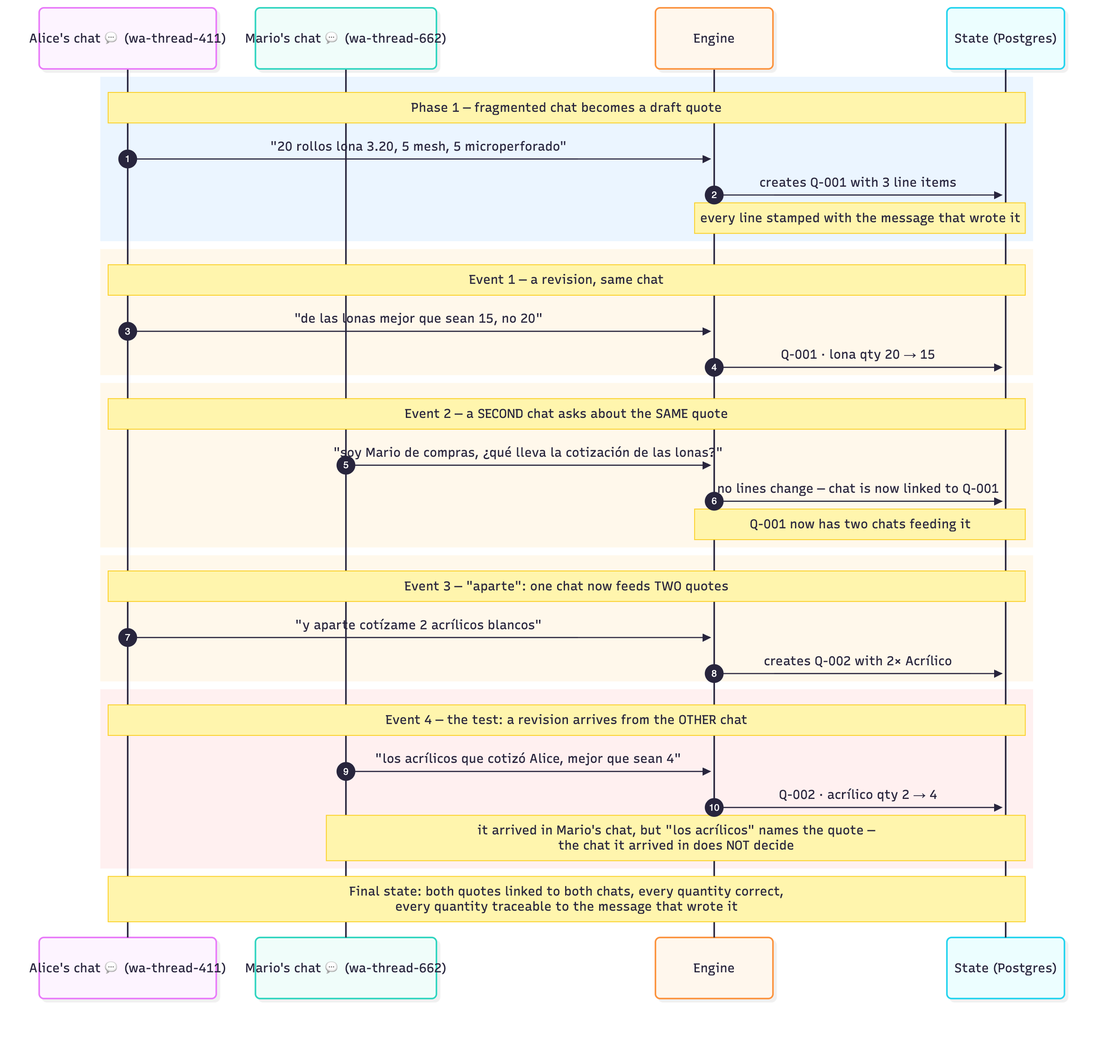
Before: docs/diagrams/01-scenario-events.png, a diagram exported from Mermaid (Selopez24/axial-quote-engine). Its source is kept beside it as docs/diagrams/src/01-scenario-events.mmd. Its diagram source:
```mermaid
sequenceDiagram
    autonumber
    participant A as Alice's chat 💬 (wa-thread-411)
    participant M as Mario's chat 💬 (wa-thread-662)
    participant E as Engine
    participant S as State (Postgres)

    rect rgb(235, 245, 255)
    Note over A,S: Phase 1 — fragmented chat becomes a draft quote
    A->>E: "20 rollos lona 3.20, 5 mesh, 5 microperforado"
    E->>S: creates Q-001 with 3 line items
    Note over E,S: every line stamped with the message that wrote it
    end

    rect rgb(255, 248, 235)
    Note over A,S: Event 1 — a revision, same chat
    A->>E: "de las lonas mejor que sean 15, no 20"
    E->>S: Q-001 · lona qty 20 → 15
    end

    rect rgb(255, 248, 235)
    Note over A,S: Event 2 — a SECOND chat asks about the SAME quote
    M->>E: "soy Mario de compras, ¿qué lleva la cotización de las lonas?"
    E->>S: no lines change — chat is now linked to Q-001
    Note over E,S: Q-001 now has two chats feeding it
    end

    rect rgb(255, 248, 235)
    Note over A,S: Event 3 — "aparte": one chat now feeds TWO quotes
    A->>E: "y aparte cotízame 2 acrílicos blancos"
    E->>S: creates Q-002 with 2× Acrílico
    end

    rect rgb(255, 240, 240)
    Note over A,S: Event 4 — the test: a revision arrives from the OTHER chat
    M->>E: "los acrílicos que cotizó Alice, mejor que sean 4"
    E->>S: Q-002 · acrílico qty 2 → 4
    Note over M,S: it arrived in Mario's chat, but "los acrílicos" names the quote —<br/>the chat it arrived in does NOT decide
    end

    Note over A,S: Final state: both quotes linked to both chats, every quantity correct,<br/>every quantity traceable to the message that wrote it
```
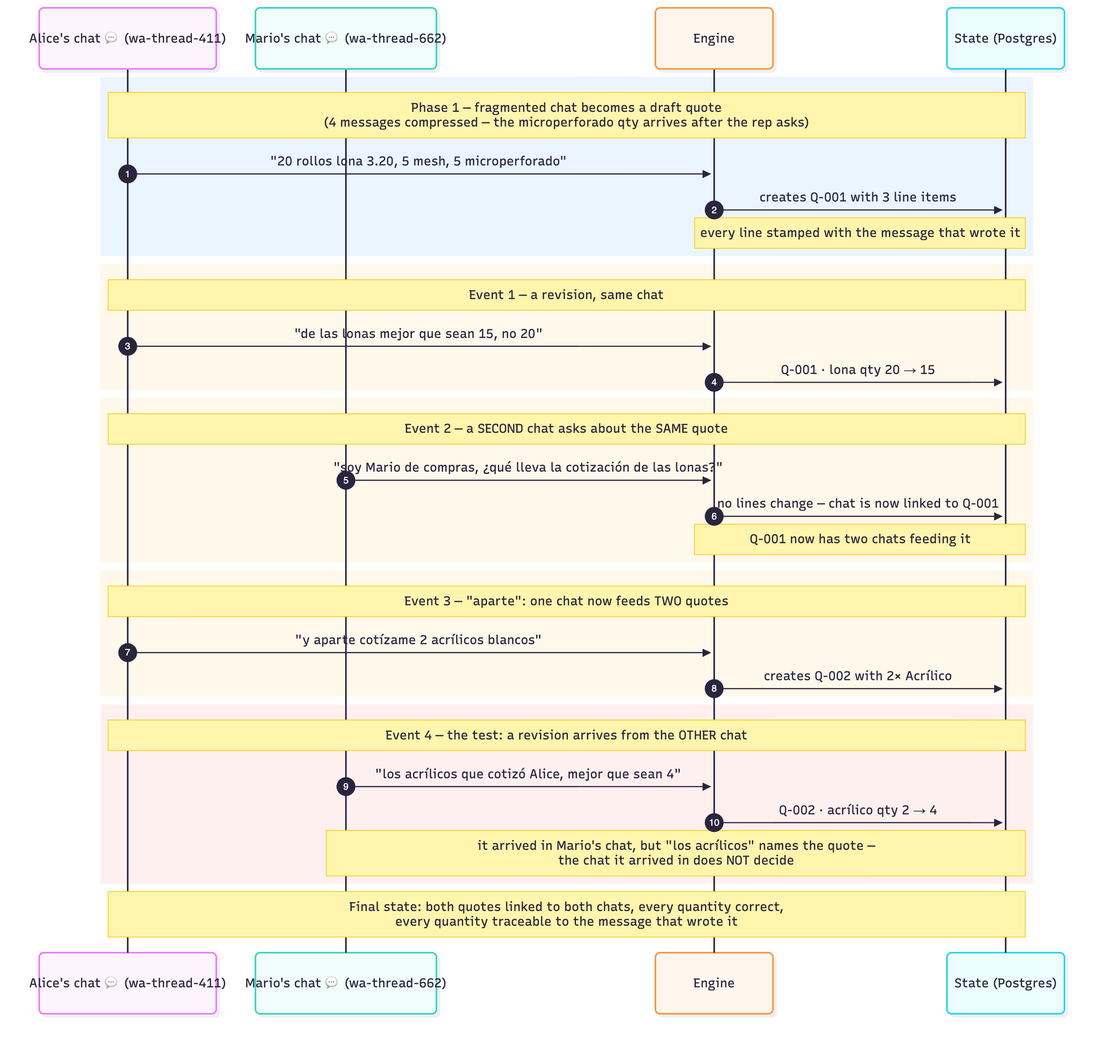
After the commit.

The edit, as a diff of the source:
```diff
@@ -6,7 +6,7 @@
     participant S as State (Postgres)
 
     rect rgb(235, 245, 255)
-    Note over A,S: Phase 1 — fragmented chat becomes a draft quote
+    Note over A,S: Phase 1 — fragmented chat becomes a draft quote<br/>(4 messages compressed — the microperforado qty arrives after the rep asks)
     A->>E: "20 rollos lona 3.20, 5 mesh, 5 microperforado"
     E->>S: creates Q-001 with 3 line items
     Note over E,S: every line stamped with the message that wrote it
```
